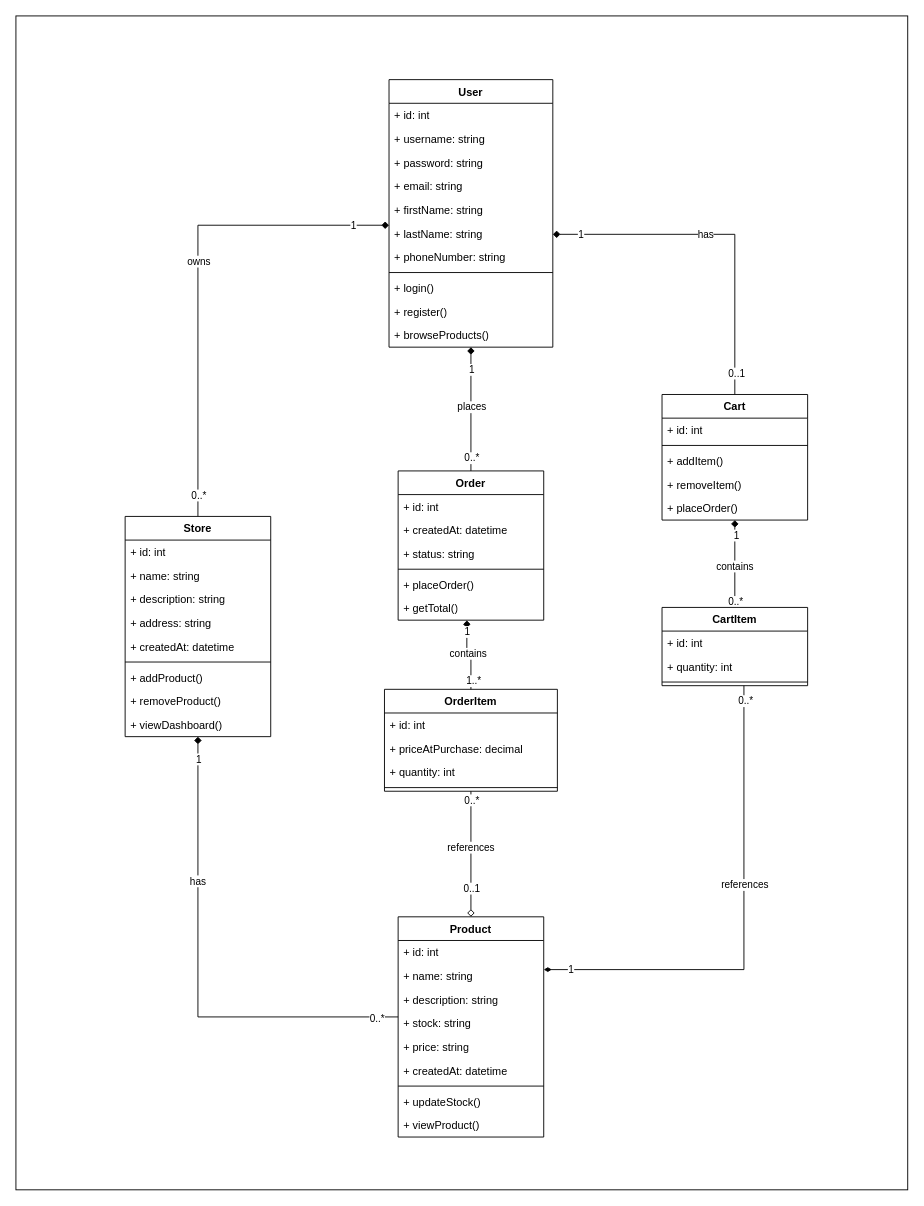
The draw.io diagram page "Class Diagram" (2 of 2) of E-Commerce API Use-case diagram.drawio in RHILIUS/drawio, before the edit. Source tidied: cells renumbered, new cells numbered last; positions are measured from the earlier drawing's top-left corner, leaving out a move shared by most shapes. Both pictures are drawn from the tidied source at 91%, with x=0, y=0 at pixel (15, 15).
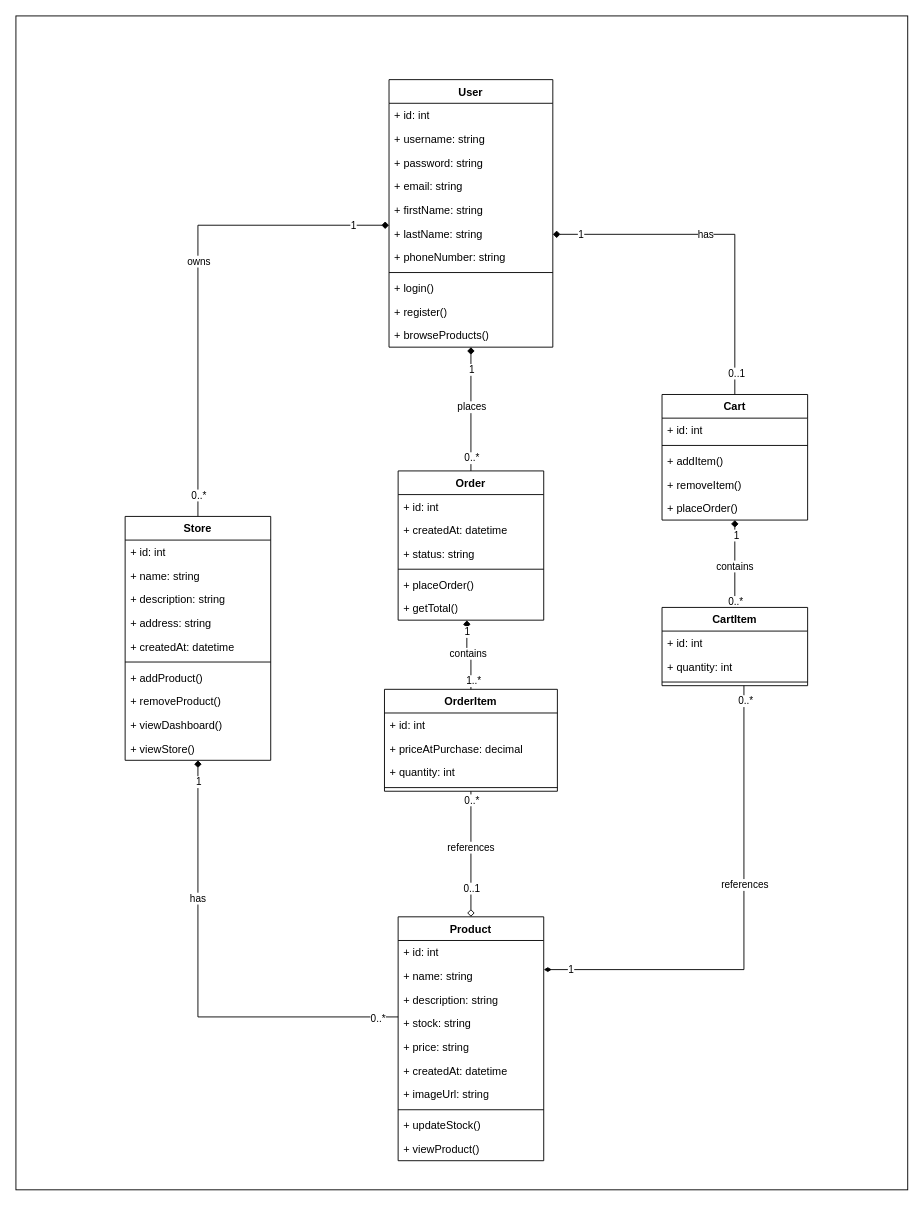
The same diagram, later.

The edit, as a diff of the source:
```diff
@@
     <mxCell id="37" value="Product" style="swimlane;fontStyle=1;align=center;verticalAlign=top;horizontal=1;startSize=26;whiteSpace=wrap;html=1;" parent="1" vertex="1">
-      <mxGeometry x="420" y="990" width="160" height="242" as="geometry" />
+      <mxGeometry x="420" y="990" width="160" height="268" as="geometry" />
     </mxCell>
@@
+    <mxCell id="89" value="+ imageUrl: string" style="text;strokeColor=none;fillColor=none;align=left;verticalAlign=top;spacingLeft=4;spacingRight=4;overflow=hidden;whiteSpace=wrap;html=1;" parent="37" vertex="1">
+      <mxGeometry y="182" width="160" height="26" as="geometry" />
+    </mxCell>
     <mxCell id="44" style="line;strokeWidth=1;fillColor=none;align=left;verticalAlign=middle;spacingTop=-1;spacingLeft=3;spacingRight=3;labelPosition=right;strokeColor=inherit;" parent="37" vertex="1">
-      <mxGeometry y="182" width="160" height="8" as="geometry" />
+      <mxGeometry y="208" width="160" height="8" as="geometry" />
     </mxCell>
     <mxCell id="45" value="+ updateStock()" style="text;strokeColor=none;fillColor=none;align=left;verticalAlign=top;spacingLeft=4;spacingRight=4;overflow=hidden;whiteSpace=wrap;html=1;" parent="37" vertex="1">
-      <mxGeometry y="190" width="160" height="26" as="geometry" />
+      <mxGeometry y="216" width="160" height="26" as="geometry" />
     </mxCell>
     <mxCell id="46" value="+ viewProduct()" style="text;strokeColor=none;fillColor=none;align=left;verticalAlign=top;spacingLeft=4;spacingRight=4;overflow=hidden;whiteSpace=wrap;html=1;" parent="37" vertex="1">
-      <mxGeometry y="216" width="160" height="26" as="geometry" />
+      <mxGeometry y="242" width="160" height="26" as="geometry" />
     </mxCell>
@@
     <mxCell id="79" value="Store" style="swimlane;fontStyle=1;align=center;verticalAlign=top;horizontal=1;startSize=26;whiteSpace=wrap;html=1;" parent="1" vertex="1">
-      <mxGeometry x="120" y="550" width="160" height="242" as="geometry" />
+      <mxGeometry x="120" y="550" width="160" height="268" as="geometry" />
     </mxCell>
@@
+    <mxCell id="90" value="+ viewStore()" style="text;strokeColor=none;fillColor=none;align=left;verticalAlign=top;spacingLeft=4;spacingRight=4;overflow=hidden;whiteSpace=wrap;html=1;" parent="79" vertex="1">
+      <mxGeometry y="242" width="160" height="26" as="geometry" />
+    </mxCell>
```
